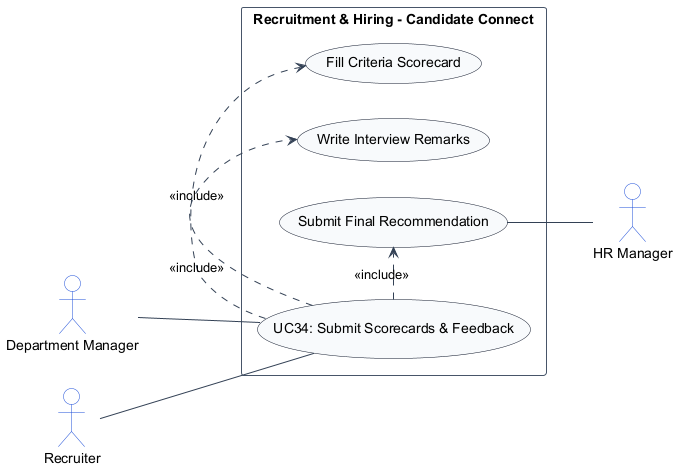
Before: usecase_images/UC34.png, a diagram exported from PlantUML (TamBui1706/HRPlatform).
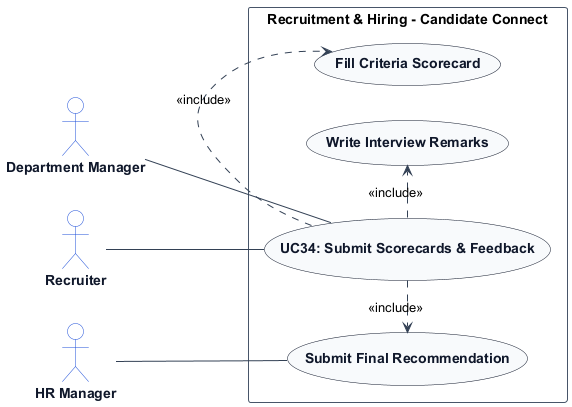
After the commit.

The edit, as a diff of the source:
```diff
@@ -7,8 +7,14 @@
 skinparam ArrowColor #334155
 skinparam ActorBorderColor #1d4ed8
 skinparam ActorBackgroundColor #ffffff
+skinparam ActorFontColor #0f172a
+skinparam ActorFontStyle bold
+
 skinparam UsecaseBorderColor #0f172a
 skinparam UsecaseBackgroundColor #f8fafc
+skinparam UsecaseFontColor #0f172a
+skinparam UsecaseFontStyle bold
+
 skinparam RectangleBorderColor #475569
 skinparam RectangleBackgroundColor #ffffff
 
@@ -24,9 +30,9 @@
 
     DepartmentManager -- UC_Main
     Recruiter -- UC_Main
+    HRManager -- UC_SubmitRec
     UC_Main .> UC_ScoreCriteria : <<include>>
     UC_Main .> UC_WriteFeedback : <<include>>
     UC_Main .> UC_SubmitRec : <<include>>
-    UC_SubmitRec -- HRManager
 }
 @enduml
```
